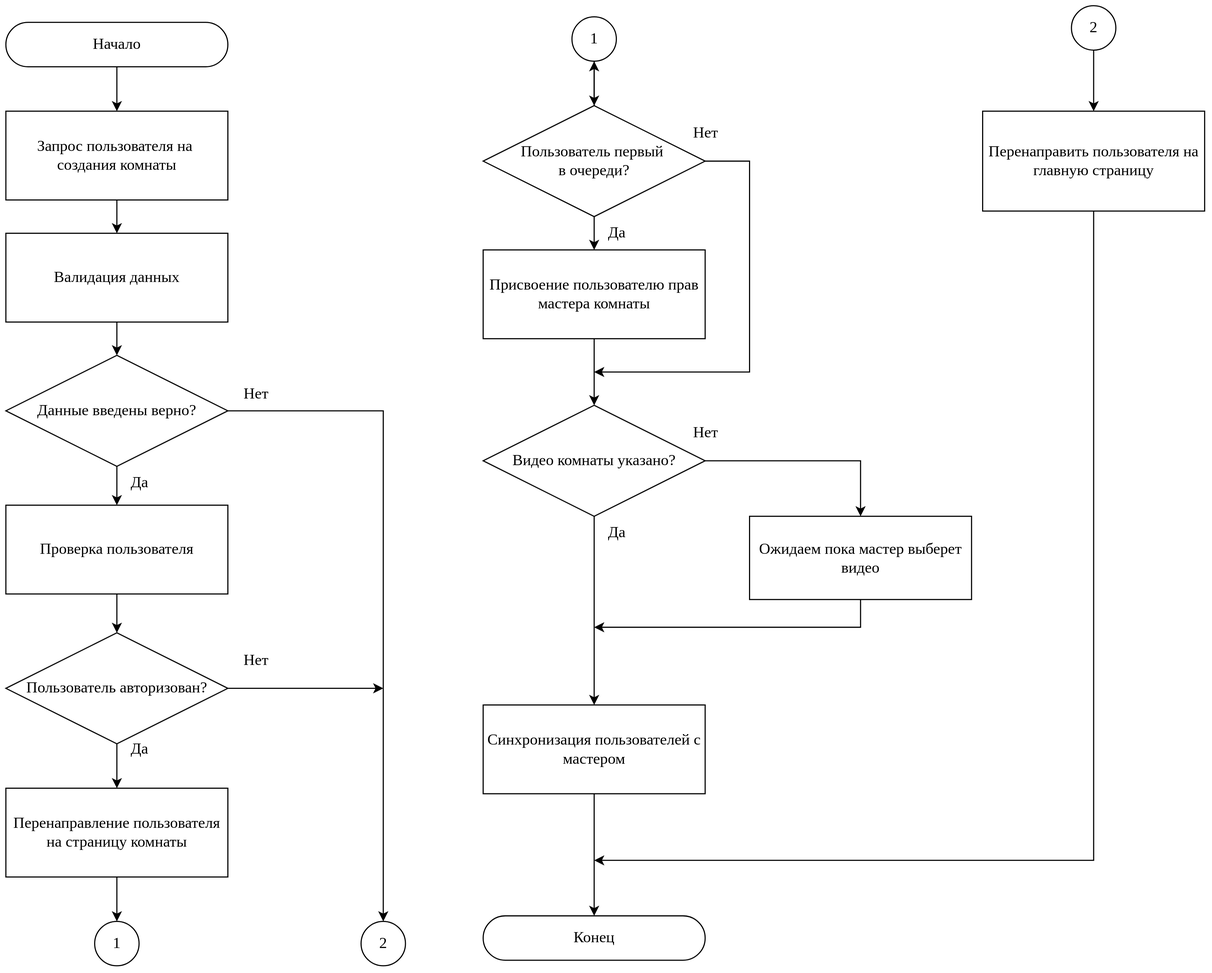
DioMain/BYTUBE keeps this draw.io diagram as WatchTogeather.drawio.svg. Above is the earlier version. Source tidied: cells renumbered, new cells last; positions are measured from the earlier drawing's top-left corner, leaving out a move shared by most shapes. The source it was exported from:
```xml
<mxGraphModel>
  <root>
    <mxCell id="0" />
    <mxCell id="1" parent="0" />
    <mxCell id="2" style="edgeStyle=orthogonalEdgeStyle;rounded=0;jettySize=auto;html=1;" parent="1" edge="1" source="4">
      <mxGeometry relative="1" as="geometry">
        <mxPoint x="340" y="615" as="targetPoint" />
      </mxGeometry>
    </mxCell>
    <mxCell id="3" style="edgeStyle=orthogonalEdgeStyle;rounded=0;jettySize=auto;html=1;" parent="1" edge="1" source="4" target="10">
      <mxGeometry relative="1" as="geometry" />
    </mxCell>
    <mxCell id="4" value="Пользователь авторизован?" style="rhombus;whiteSpace=wrap;html=1;fontFamily=Times New Roman;fontSize=14;" parent="1" vertex="1">
      <mxGeometry y="565" width="200" height="100" as="geometry" />
    </mxCell>
    <mxCell id="5" style="edgeStyle=orthogonalEdgeStyle;rounded=0;jettySize=auto;html=1;" parent="1" edge="1" source="6" target="42">
      <mxGeometry relative="1" as="geometry" />
    </mxCell>
    <mxCell id="6" value="Запрос пользователя на&amp;nbsp; создания комнаты" style="rounded=0;whiteSpace=wrap;html=1;fontFamily=Times New Roman;fontSize=14;" parent="1" vertex="1">
      <mxGeometry y="95" width="200" height="80" as="geometry" />
    </mxCell>
    <mxCell id="7" style="edgeStyle=orthogonalEdgeStyle;rounded=0;jettySize=auto;html=1;fontSize=14;" parent="1" edge="1" source="8" target="6">
      <mxGeometry relative="1" as="geometry" />
    </mxCell>
    <mxCell id="8" value="Начало" style="rounded=1;whiteSpace=wrap;html=1;arcSize=50;fontFamily=Times New Roman;fontSize=14;" parent="1" vertex="1">
      <mxGeometry y="15" width="200" height="40" as="geometry" />
    </mxCell>
    <mxCell id="9" style="edgeStyle=orthogonalEdgeStyle;rounded=0;jettySize=auto;html=1;" parent="1" edge="1" source="10" target="17">
      <mxGeometry relative="1" as="geometry" />
    </mxCell>
    <mxCell id="10" value="Перенаправление пользователя на страницу комнаты" style="rounded=0;whiteSpace=wrap;html=1;fontFamily=Times New Roman;fontSize=14;" parent="1" vertex="1">
      <mxGeometry y="705" width="200" height="80" as="geometry" />
    </mxCell>
    <mxCell id="11" style="edgeStyle=orthogonalEdgeStyle;rounded=0;jettySize=auto;html=1;fontSize=14;" parent="1" edge="1" source="12" target="4">
      <mxGeometry relative="1" as="geometry">
        <Array as="points">
          <mxPoint x="100" y="535" />
          <mxPoint x="100" y="535" />
        </Array>
      </mxGeometry>
    </mxCell>
    <mxCell id="12" value="Проверка пользователя" style="rounded=0;whiteSpace=wrap;html=1;fontFamily=Times New Roman;fontSize=14;" parent="1" vertex="1">
      <mxGeometry y="450" width="200" height="80" as="geometry" />
    </mxCell>
    <mxCell id="13" value="Да" style="text;html=1;align=center;verticalAlign=middle;strokeColor=none;fillColor=none;fontFamily=Times New Roman;fontSize=14;" parent="1" vertex="1">
      <mxGeometry x="100" y="655" width="40" height="30" as="geometry" />
    </mxCell>
    <mxCell id="14" value="Нет" style="text;html=1;align=center;verticalAlign=middle;strokeColor=none;fillColor=none;fontFamily=Times New Roman;fontSize=14;" parent="1" vertex="1">
      <mxGeometry x="200" y="575" width="50" height="30" as="geometry" />
    </mxCell>
    <mxCell id="15" style="edgeStyle=orthogonalEdgeStyle;rounded=0;jettySize=auto;html=1;" parent="1" edge="1" source="16">
      <mxGeometry relative="1" as="geometry">
        <mxPoint x="530" y="770" as="targetPoint" />
        <Array as="points">
          <mxPoint x="980" y="770" />
        </Array>
      </mxGeometry>
    </mxCell>
    <mxCell id="16" value="Перенаправить пользователя на главную страницу" style="rounded=0;whiteSpace=wrap;html=1;fontFamily=Times New Roman;fontSize=14;" parent="1" vertex="1">
      <mxGeometry x="880" y="95" width="200" height="90" as="geometry" />
    </mxCell>
    <mxCell id="17" value="1" style="ellipse;whiteSpace=wrap;html=1;fontFamily=Times New Roman;fontSize=14;" parent="1" vertex="1">
      <mxGeometry x="80" y="825" width="40" height="40" as="geometry" />
    </mxCell>
    <mxCell id="18" style="edgeStyle=orthogonalEdgeStyle;rounded=0;jettySize=auto;html=1;fontSize=14;" parent="1" edge="1" source="19" target="30">
      <mxGeometry relative="1" as="geometry" />
    </mxCell>
    <mxCell id="19" value="1" style="ellipse;whiteSpace=wrap;html=1;fontFamily=Times New Roman;fontSize=14;" parent="1" vertex="1">
      <mxGeometry x="510" y="10" width="40" height="40" as="geometry" />
    </mxCell>
    <mxCell id="20" style="edgeStyle=orthogonalEdgeStyle;rounded=0;jettySize=auto;html=1;fontSize=14;" parent="1" edge="1" source="22" target="26">
      <mxGeometry relative="1" as="geometry">
        <Array as="points">
          <mxPoint x="770" y="410" />
        </Array>
      </mxGeometry>
    </mxCell>
    <mxCell id="21" style="edgeStyle=orthogonalEdgeStyle;rounded=0;jettySize=auto;html=1;entryX=0.5;entryY=0;entryDx=0;entryDy=0;fontSize=14;" parent="1" edge="1" source="22" target="32">
      <mxGeometry relative="1" as="geometry" />
    </mxCell>
    <mxCell id="22" value="Видео комнаты указано?" style="rhombus;whiteSpace=wrap;html=1;fontFamily=Times New Roman;fontSize=14;" parent="1" vertex="1">
      <mxGeometry x="430" y="360" width="200" height="100" as="geometry" />
    </mxCell>
    <mxCell id="23" style="edgeStyle=orthogonalEdgeStyle;rounded=0;jettySize=auto;html=1;fontSize=14;" parent="1" edge="1" source="24" target="22">
      <mxGeometry relative="1" as="geometry" />
    </mxCell>
    <mxCell id="24" value="Присвоение пользователю прав мастера комнаты" style="rounded=0;whiteSpace=wrap;html=1;fontFamily=Times New Roman;fontSize=14;" parent="1" vertex="1">
      <mxGeometry x="430" y="220" width="200" height="80" as="geometry" />
    </mxCell>
    <mxCell id="25" style="edgeStyle=orthogonalEdgeStyle;rounded=0;jettySize=auto;html=1;fontSize=14;" parent="1" edge="1" source="26">
      <mxGeometry relative="1" as="geometry">
        <mxPoint x="530" y="560" as="targetPoint" />
        <Array as="points">
          <mxPoint x="770" y="560" />
          <mxPoint x="530" y="560" />
        </Array>
      </mxGeometry>
    </mxCell>
    <mxCell id="26" value="Ожидаем пока мастер выберет видео" style="rounded=0;whiteSpace=wrap;html=1;fontFamily=Times New Roman;fontSize=14;" parent="1" vertex="1">
      <mxGeometry x="670" y="460" width="200" height="75" as="geometry" />
    </mxCell>
    <mxCell id="27" style="edgeStyle=orthogonalEdgeStyle;rounded=0;jettySize=auto;html=1;fontSize=14;" parent="1" edge="1" source="30" target="24">
      <mxGeometry relative="1" as="geometry" />
    </mxCell>
    <mxCell id="28" style="edgeStyle=orthogonalEdgeStyle;rounded=0;jettySize=auto;html=1;exitX=1;exitY=0.5;exitDx=0;exitDy=0;fontSize=14;" parent="1" edge="1" source="30">
      <mxGeometry relative="1" as="geometry">
        <mxPoint x="530" y="330" as="targetPoint" />
        <Array as="points">
          <mxPoint x="670" y="140" />
          <mxPoint x="670" y="330" />
        </Array>
      </mxGeometry>
    </mxCell>
    <mxCell id="29" style="edgeStyle=orthogonalEdgeStyle;rounded=0;jettySize=auto;html=1;" parent="1" edge="1" source="30" target="19">
      <mxGeometry relative="1" as="geometry" />
    </mxCell>
    <mxCell id="30" value="Пользователь первый&amp;nbsp;&lt;div&gt;в очереди?&lt;/div&gt;" style="rhombus;whiteSpace=wrap;html=1;fontFamily=Times New Roman;fontSize=14;" parent="1" vertex="1">
      <mxGeometry x="430" y="90" width="200" height="100" as="geometry" />
    </mxCell>
    <mxCell id="31" style="edgeStyle=orthogonalEdgeStyle;shape=connector;rounded=0;jettySize=auto;html=1;strokeColor=default;align=center;verticalAlign=middle;fontFamily=Helvetica;fontSize=14;fontColor=default;labelBackgroundColor=default;endArrow=classic;" parent="1" edge="1" source="32" target="37">
      <mxGeometry relative="1" as="geometry" />
    </mxCell>
    <mxCell id="32" value="Синхронизация пользователей с мастером" style="rounded=0;whiteSpace=wrap;html=1;fontFamily=Times New Roman;fontSize=14;" parent="1" vertex="1">
      <mxGeometry x="430" y="630" width="200" height="80" as="geometry" />
    </mxCell>
    <mxCell id="33" value="Да" style="text;html=1;align=center;verticalAlign=middle;strokeColor=none;fillColor=none;fontFamily=Times New Roman;fontSize=14;" parent="1" vertex="1">
      <mxGeometry x="530" y="460" width="40" height="30" as="geometry" />
    </mxCell>
    <mxCell id="34" value="Нет" style="text;html=1;align=center;verticalAlign=middle;strokeColor=none;fillColor=none;fontFamily=Times New Roman;fontSize=14;" parent="1" vertex="1">
      <mxGeometry x="605" y="370" width="50" height="30" as="geometry" />
    </mxCell>
    <mxCell id="35" value="Да" style="text;html=1;align=center;verticalAlign=middle;strokeColor=none;fillColor=none;fontFamily=Times New Roman;fontSize=14;" parent="1" vertex="1">
      <mxGeometry x="530" y="190" width="40" height="30" as="geometry" />
    </mxCell>
    <mxCell id="36" value="Нет" style="text;html=1;align=center;verticalAlign=middle;strokeColor=none;fillColor=none;fontFamily=Times New Roman;fontSize=14;" parent="1" vertex="1">
      <mxGeometry x="605" y="100" width="50" height="30" as="geometry" />
    </mxCell>
    <mxCell id="37" value="Конец" style="rounded=1;whiteSpace=wrap;html=1;arcSize=50;fontFamily=Times New Roman;fontSize=14;" parent="1" vertex="1">
      <mxGeometry x="430" y="820" width="200" height="40" as="geometry" />
    </mxCell>
    <mxCell id="38" value="2" style="ellipse;whiteSpace=wrap;html=1;fontFamily=Times New Roman;fontSize=14;" parent="1" vertex="1">
      <mxGeometry x="320" y="825" width="40" height="40" as="geometry" />
    </mxCell>
    <mxCell id="39" style="edgeStyle=orthogonalEdgeStyle;rounded=0;jettySize=auto;html=1;" parent="1" edge="1" source="40" target="16">
      <mxGeometry relative="1" as="geometry" />
    </mxCell>
    <mxCell id="40" value="2" style="ellipse;whiteSpace=wrap;html=1;fontFamily=Times New Roman;fontSize=14;" parent="1" vertex="1">
      <mxGeometry x="960" width="40" height="40" as="geometry" />
    </mxCell>
    <mxCell id="41" style="edgeStyle=orthogonalEdgeStyle;rounded=0;jettySize=auto;html=1;" parent="1" edge="1" source="42" target="45">
      <mxGeometry relative="1" as="geometry" />
    </mxCell>
    <mxCell id="42" value="Валидация данных" style="rounded=0;whiteSpace=wrap;html=1;fontFamily=Times New Roman;fontSize=14;" parent="1" vertex="1">
      <mxGeometry y="205" width="200" height="80" as="geometry" />
    </mxCell>
    <mxCell id="43" style="edgeStyle=orthogonalEdgeStyle;rounded=0;jettySize=auto;html=1;entryX=0.5;entryY=0;entryDx=0;entryDy=0;" parent="1" edge="1" source="45" target="38">
      <mxGeometry relative="1" as="geometry" />
    </mxCell>
    <mxCell id="44" style="edgeStyle=orthogonalEdgeStyle;rounded=0;jettySize=auto;html=1;" parent="1" edge="1" source="45" target="12">
      <mxGeometry relative="1" as="geometry" />
    </mxCell>
    <mxCell id="45" value="Данные введены верно?" style="rhombus;whiteSpace=wrap;html=1;fontFamily=Times New Roman;fontSize=14;" parent="1" vertex="1">
      <mxGeometry y="315" width="200" height="100" as="geometry" />
    </mxCell>
    <mxCell id="46" value="Да" style="text;html=1;align=center;verticalAlign=middle;strokeColor=none;fillColor=none;fontFamily=Times New Roman;fontSize=14;" parent="1" vertex="1">
      <mxGeometry x="100" y="415" width="40" height="30" as="geometry" />
    </mxCell>
    <mxCell id="47" value="Нет" style="text;html=1;align=center;verticalAlign=middle;strokeColor=none;fillColor=none;fontFamily=Times New Roman;fontSize=14;" parent="1" vertex="1">
      <mxGeometry x="200" y="335" width="50" height="30" as="geometry" />
    </mxCell>
  </root>
</mxGraphModel>
```
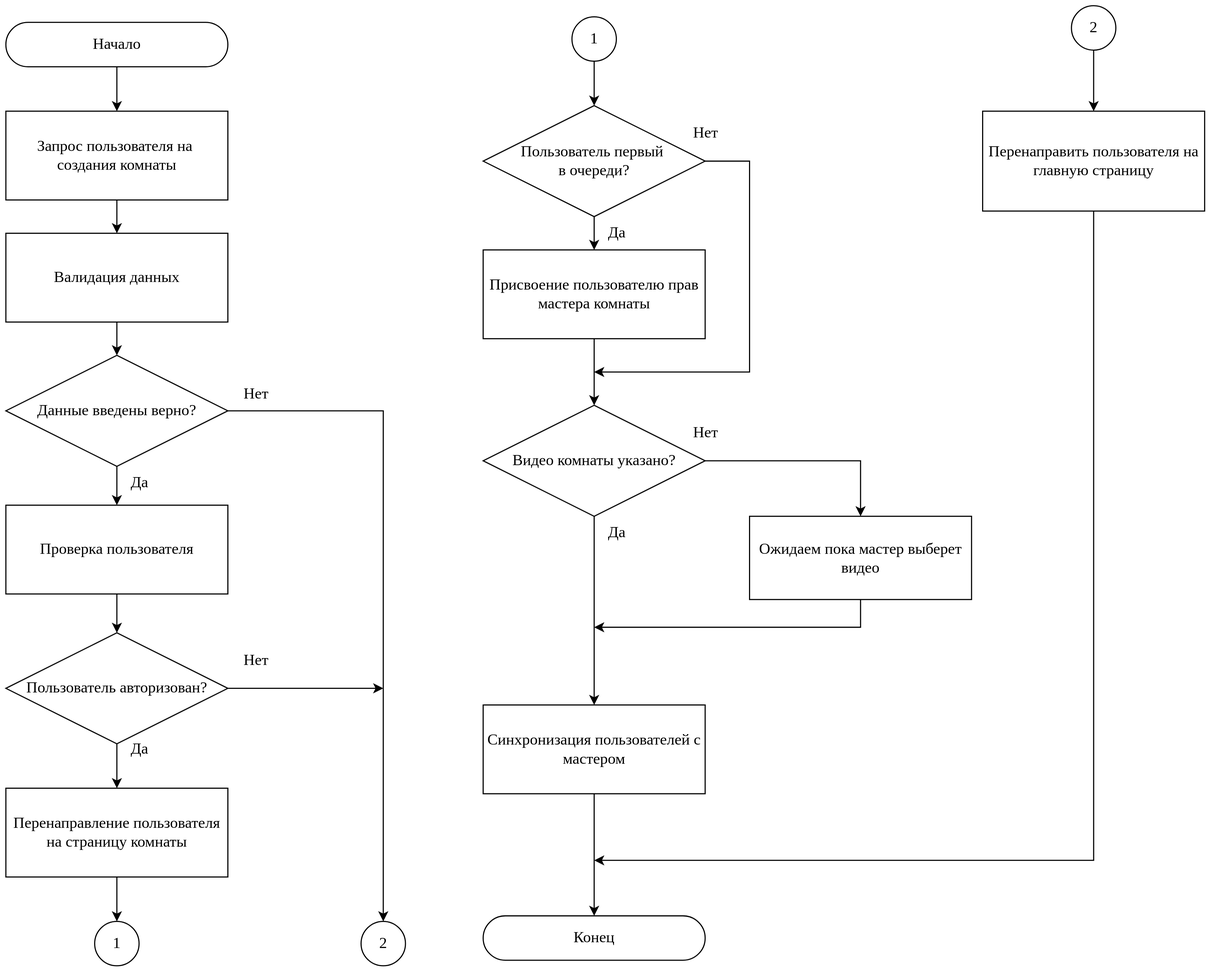
After the change.

Change to the diagram source:
```diff
@@ -111,9 +111,6 @@
         </Array>
       </mxGeometry>
     </mxCell>
-    <mxCell id="29" style="edgeStyle=orthogonalEdgeStyle;rounded=0;jettySize=auto;html=1;" parent="1" edge="1" source="30" target="19">
-      <mxGeometry relative="1" as="geometry" />
-    </mxCell>
     <mxCell id="30" value="Пользователь первый&amp;nbsp;&lt;div&gt;в очереди?&lt;/div&gt;" style="rhombus;whiteSpace=wrap;html=1;fontFamily=Times New Roman;fontSize=14;" parent="1" vertex="1">
       <mxGeometry x="430" y="90" width="200" height="100" as="geometry" />
     </mxCell>
```
